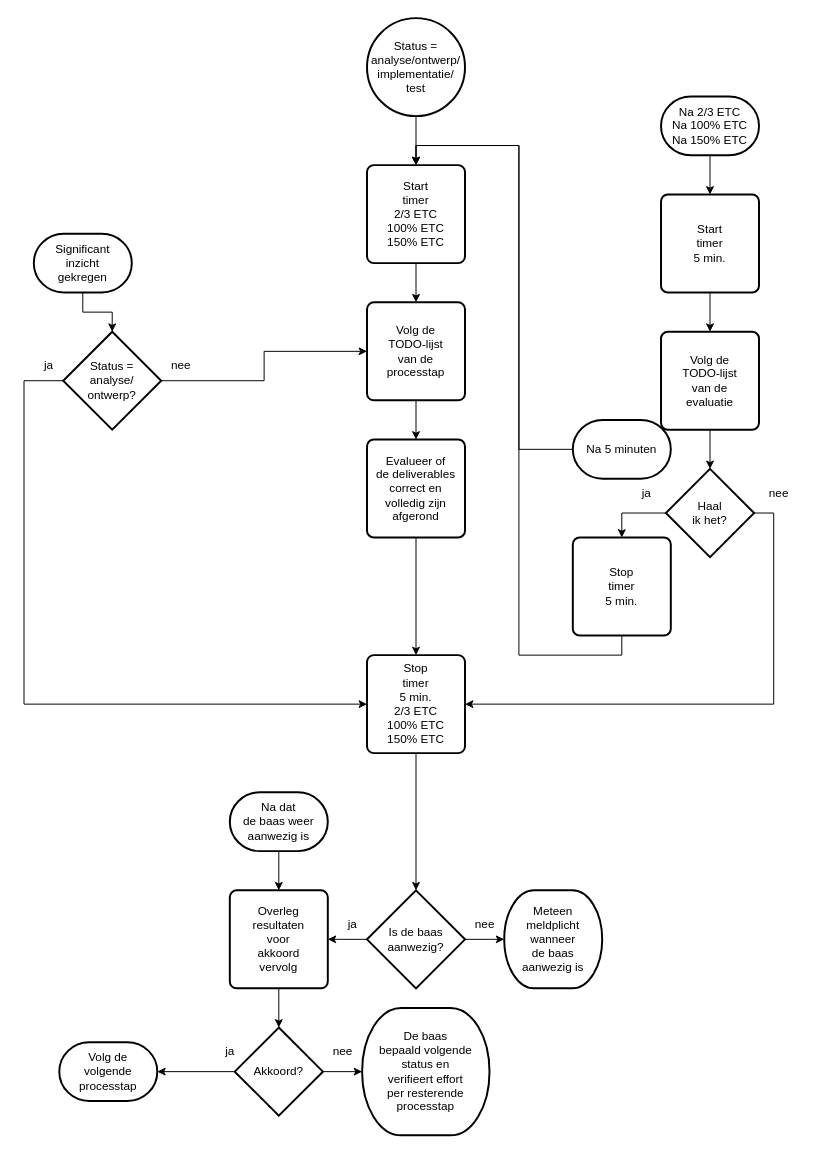
Above: 2 Issue Tracker tijdtriggers.drawio in Zaibatsu89/IssueTracker (draw.io), before the change. Source tidied: cells renumbered, new cells numbered last; positions are measured from the earlier drawing's top-left corner, leaving out a move shared by most shapes. Both pictures are drawn from the tidied source at 98%, with x=0, y=0 at pixel (24, 18).
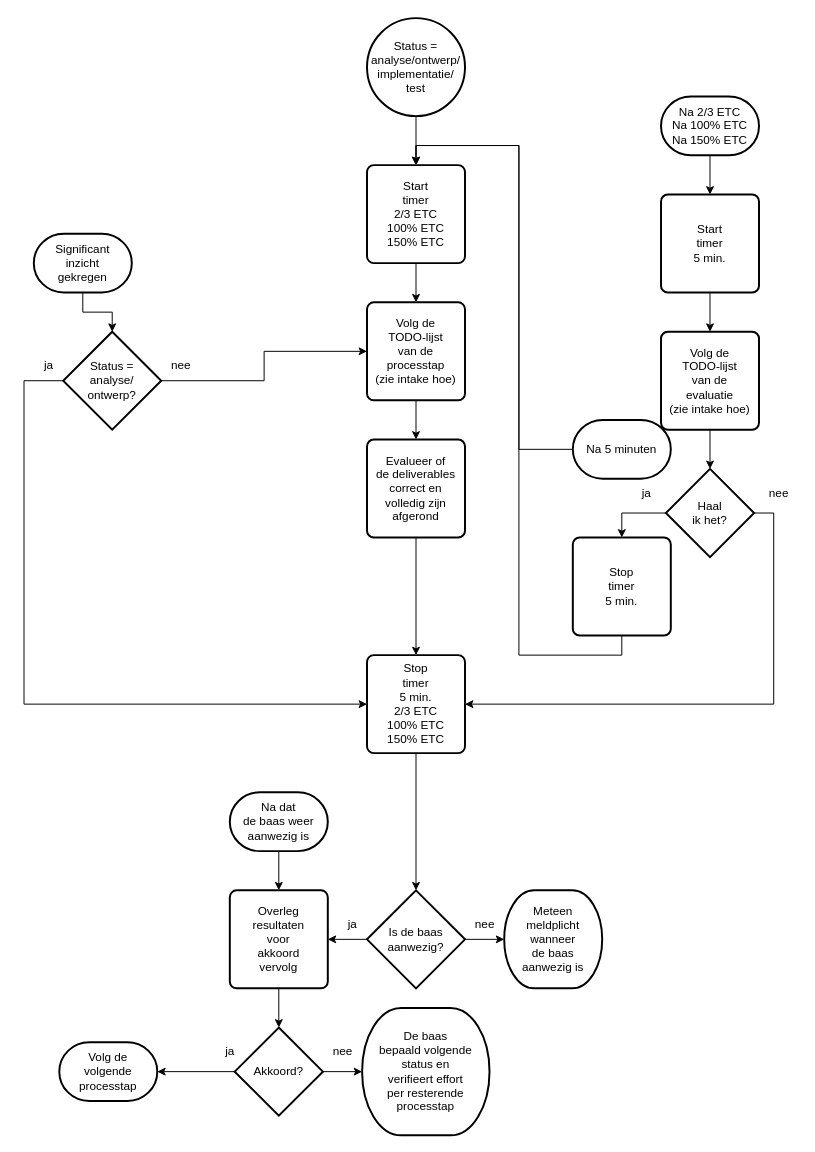
The same page after the edit.

Commit message (it also covers changes not shown here):
loop in loop: TODO-lijst + cheklijst

Change to the diagram source:
```diff
@@
-    <mxCell id="7" value="Volg de&lt;br&gt;TODO-lijst&lt;br&gt;van de&lt;br&gt;processtap" style="rounded=1;whiteSpace=wrap;html=1;absoluteArcSize=1;arcSize=14;strokeWidth=2;" parent="1" vertex="1">
+    <mxCell id="7" value="Volg de&lt;br&gt;TODO-lijst&lt;br&gt;van de&lt;br&gt;processtap&lt;br&gt;(zie intake hoe)" style="rounded=1;whiteSpace=wrap;html=1;absoluteArcSize=1;arcSize=14;strokeWidth=2;" parent="1" vertex="1">
       <mxGeometry x="350" y="290" width="100" height="100" as="geometry" />
     </mxCell>
@@
-    <mxCell id="16" value="Volg de&lt;br&gt;TODO-lijst&lt;br&gt;van de&lt;br&gt;evaluatie" style="rounded=1;whiteSpace=wrap;html=1;absoluteArcSize=1;arcSize=14;strokeWidth=2;" parent="1" vertex="1">
+    <mxCell id="16" value="Volg de&lt;br&gt;TODO-lijst&lt;br&gt;van de&lt;br&gt;evaluatie&lt;br&gt;(zie intake hoe)" style="rounded=1;whiteSpace=wrap;html=1;absoluteArcSize=1;arcSize=14;strokeWidth=2;" parent="1" vertex="1">
       <mxGeometry x="650" y="320" width="100" height="100" as="geometry" />
     </mxCell>
```
